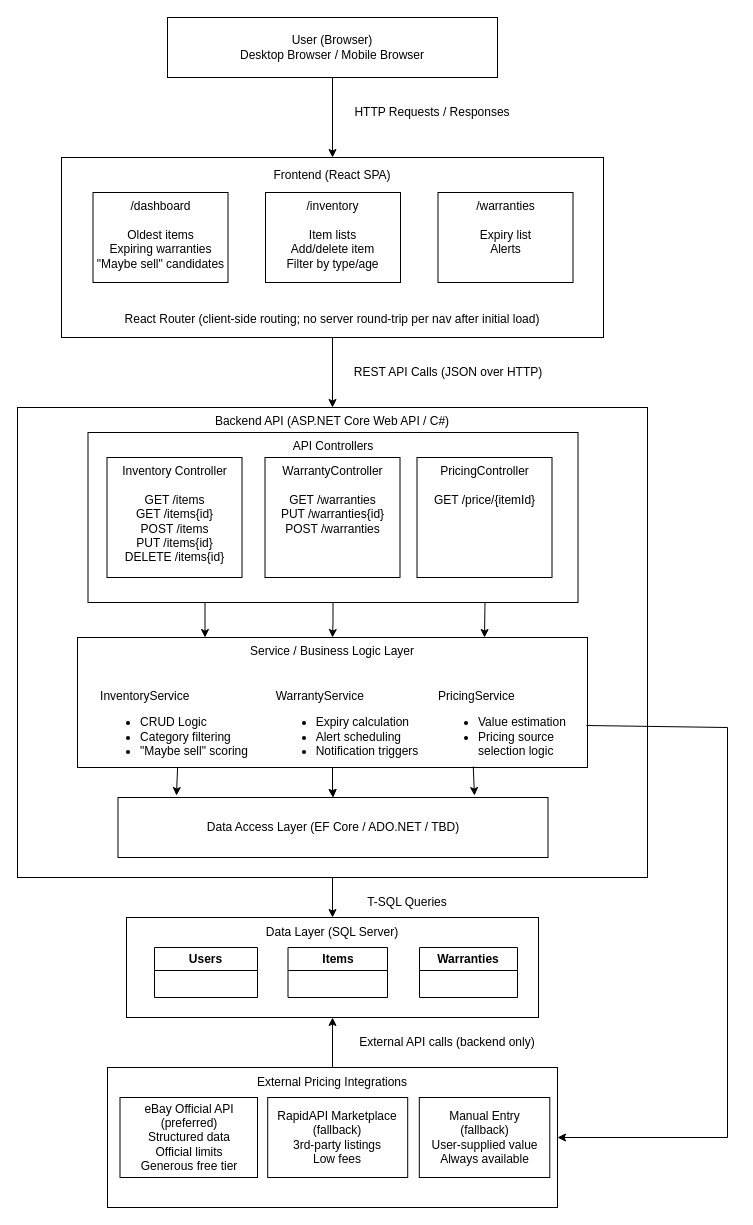
The draw.io diagram SystemArchitecture.drawio in DanMarDev/TAMS, before the edit. Source tidied: cells renumbered, new cells numbered last; positions are measured from the earlier drawing's top-left corner, leaving out a move shared by most shapes. Both pictures are drawn from the tidied source at 100%, with x=0, y=0 at pixel (17, 17).
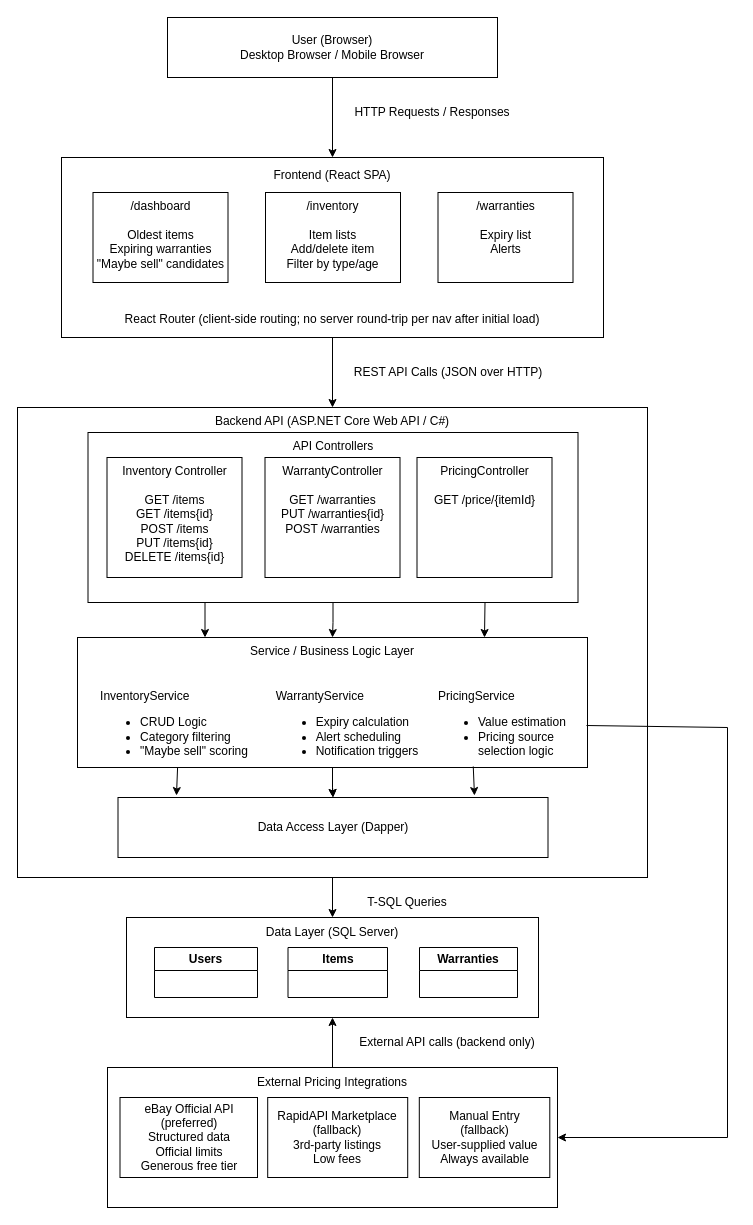
The same diagram, later.

Commit message (it also covers changes not shown here):
feat: added frontend + backend architecture diagrams

Change to the diagram source:
```diff
@@
-    <mxCell id="20" value="Data Access Layer (EF Core / ADO.NET / TBD)" style="whiteSpace=wrap;html=1;rounded=0;strokeColor=default;align=center;verticalAlign=middle;fontFamily=Helvetica;fontSize=12;fontColor=default;fillColor=default;convertToSvg=1;" parent="1" vertex="1">
+    <mxCell id="20" value="Data Access Layer (Dapper)" style="whiteSpace=wrap;html=1;rounded=0;strokeColor=default;align=center;verticalAlign=middle;fontFamily=Helvetica;fontSize=12;fontColor=default;fillColor=default;convertToSvg=1;" parent="1" vertex="1">
       <mxGeometry x="100.5" y="780" width="430" height="60" as="geometry" />
     </mxCell>
```
